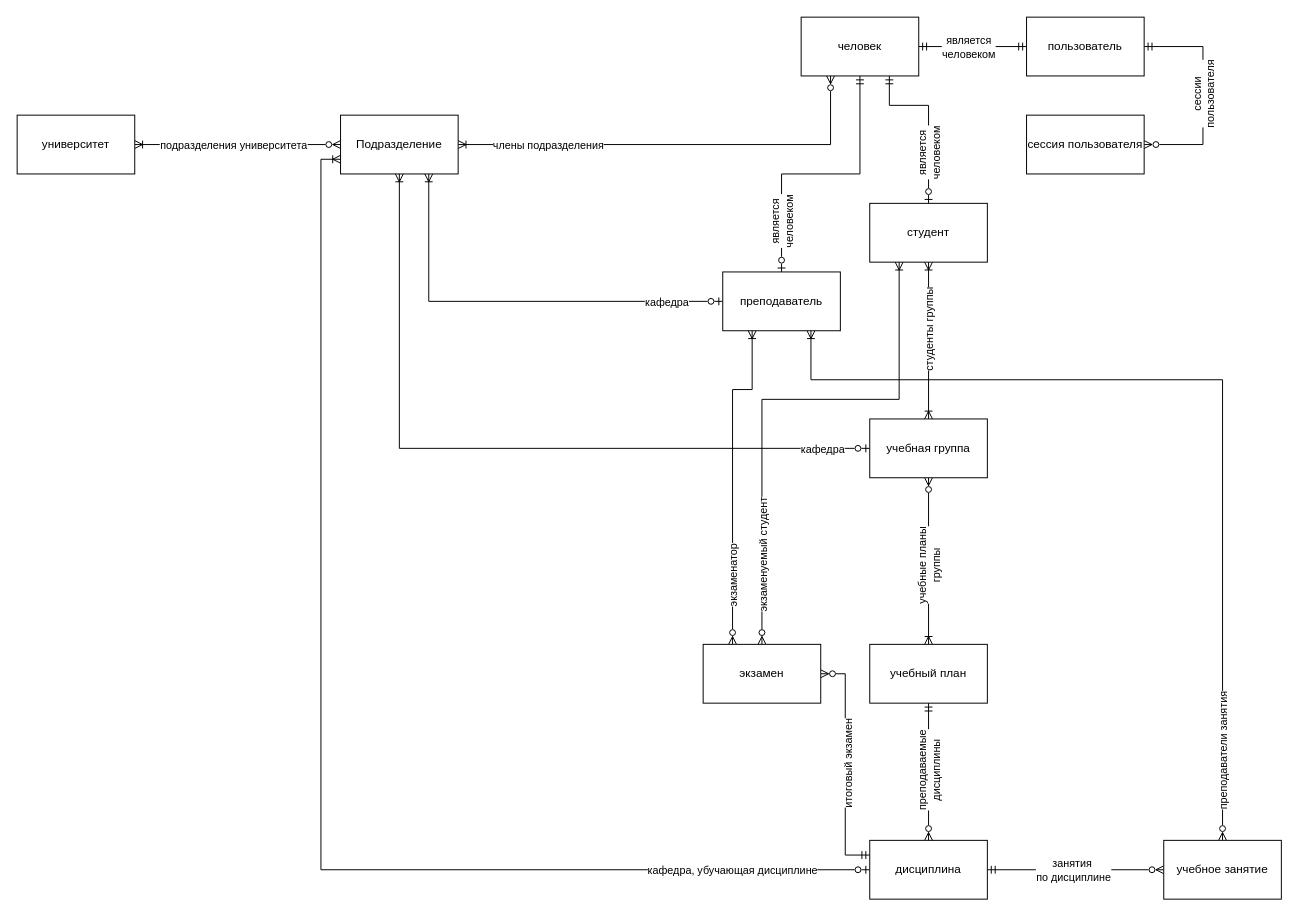
This is entity_diagram.drawio from Danilka108/neti_informational_system, a draw.io file, before an edit. Source tidied: cells renumbered, new cells numbered last; positions are measured from the earlier drawing's top-left corner, leaving out a move shared by most shapes. Both pictures are drawn from the tidied source at 98%, with x=0, y=0 at pixel (17, 17).
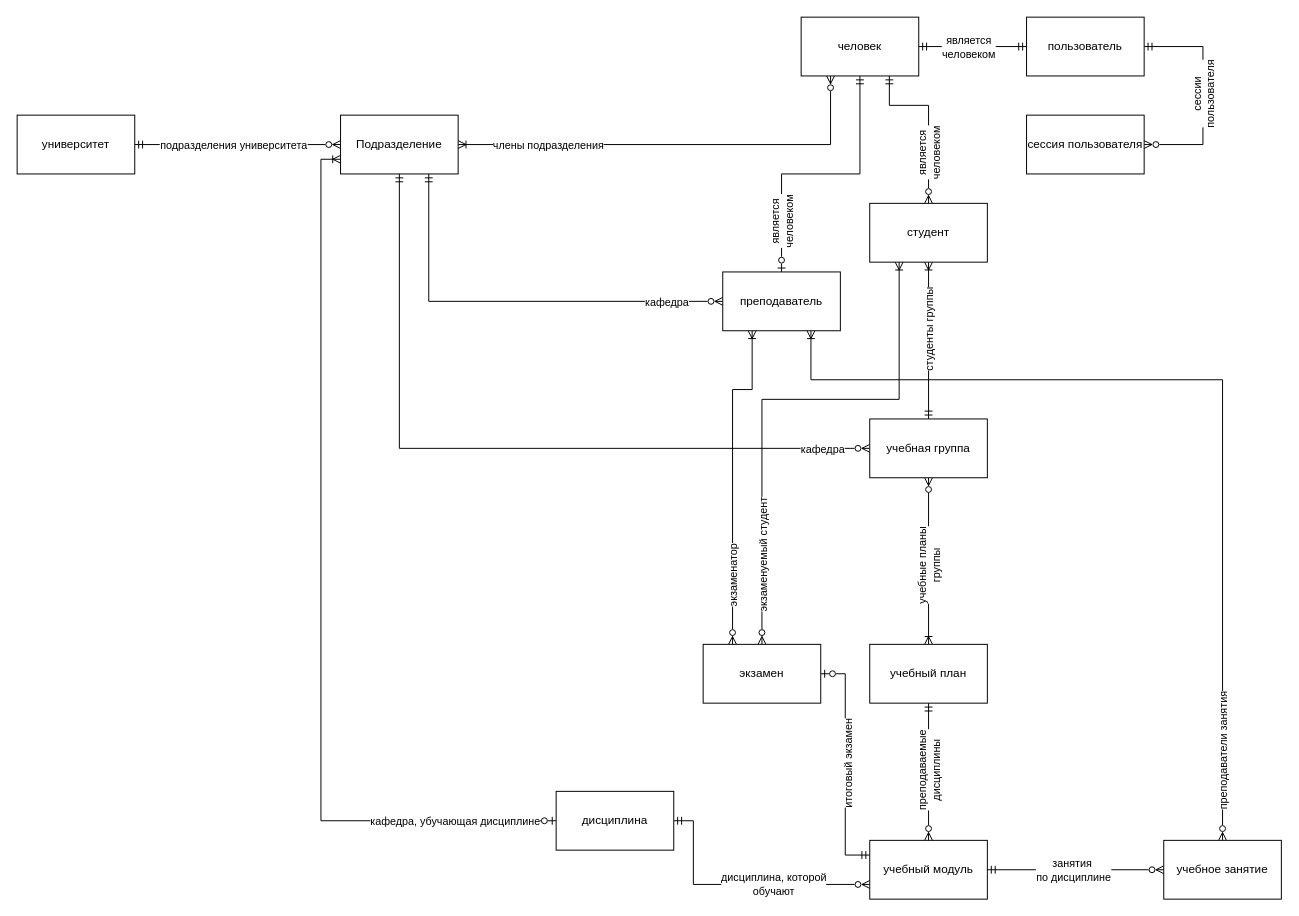
Above is the later version.

Commit message (it also covers changes not shown here):
add logic diagram, add populate_db sql script

Unchanged cells that the change refers to:
```xml
<mxCell id="4" value="человек" style="rounded=0;whiteSpace=wrap;html=1;" parent="1" vertex="1">
  <mxGeometry x="800" width="120" height="60" as="geometry" />
</mxCell>
<mxCell id="9" value="Подразделение" style="rounded=0;whiteSpace=wrap;html=1;" parent="1" vertex="1">
  <mxGeometry x="330" y="100" width="120" height="60" as="geometry" />
</mxCell>
<mxCell id="10" value="университет" style="rounded=0;whiteSpace=wrap;html=1;" parent="1" vertex="1">
  <mxGeometry y="100" width="120" height="60" as="geometry" />
</mxCell>
<mxCell id="15" value="преподаватель" style="rounded=0;whiteSpace=wrap;html=1;" parent="1" vertex="1">
  <mxGeometry x="720" y="260" width="120" height="60" as="geometry" />
</mxCell>
<mxCell id="20" value="студент" style="rounded=0;whiteSpace=wrap;html=1;" parent="1" vertex="1">
  <mxGeometry x="870" y="190" width="120" height="60" as="geometry" />
</mxCell>
<mxCell id="25" value="учебная группа" style="rounded=0;whiteSpace=wrap;html=1;" parent="1" vertex="1">
  <mxGeometry x="870" y="410" width="120" height="60" as="geometry" />
</mxCell>
<mxCell id="43" value="&lt;div&gt;экзамен&lt;/div&gt;" style="rounded=0;whiteSpace=wrap;html=1;" parent="1" vertex="1">
  <mxGeometry x="700" y="640" width="120" height="60" as="geometry" />
</mxCell>
```

Change to the diagram source:
```diff
@@
-    <mxCell id="5" style="edgeStyle=orthogonalEdgeStyle;rounded=0;jettySize=auto;html=1;entryX=1;entryY=0.5;entryDx=0;entryDy=0;endArrow=ERoneToMany;endFill=0;startArrow=ERzeroToMany;startFill=0;" parent="1" edge="1" source="9" target="10">
+    <mxCell id="5" style="edgeStyle=orthogonalEdgeStyle;rounded=0;jettySize=auto;html=1;entryX=1;entryY=0.5;entryDx=0;entryDy=0;endArrow=ERmandOne;endFill=0;startArrow=ERzeroToMany;startFill=0;" parent="1" edge="1" source="9" target="10">
       <mxGeometry relative="1" as="geometry" />
     </mxCell>
@@
-    <mxCell id="13" style="edgeStyle=orthogonalEdgeStyle;rounded=0;jettySize=auto;html=1;entryX=0.75;entryY=1;entryDx=0;entryDy=0;endArrow=ERoneToMany;endFill=0;startArrow=ERzeroToOne;startFill=0;" parent="1" edge="1" source="15" target="9">
+    <mxCell id="13" style="edgeStyle=orthogonalEdgeStyle;rounded=0;jettySize=auto;html=1;entryX=0.75;entryY=1;entryDx=0;entryDy=0;endArrow=ERmandOne;endFill=0;startArrow=ERzeroToMany;startFill=0;" parent="1" edge="1" source="15" target="9">
       <mxGeometry relative="1" as="geometry">
         <Array as="points">
           <mxPoint x="420" y="290" />
         </Array>
       </mxGeometry>
     </mxCell>
@@
-    <mxCell id="16" style="edgeStyle=orthogonalEdgeStyle;rounded=0;jettySize=auto;html=1;entryX=0.75;entryY=1;entryDx=0;entryDy=0;endArrow=ERmandOne;endFill=0;startArrow=ERzeroToOne;startFill=0;" parent="1" edge="1" source="20" target="4">
+    <mxCell id="16" style="edgeStyle=orthogonalEdgeStyle;rounded=0;jettySize=auto;html=1;entryX=0.75;entryY=1;entryDx=0;entryDy=0;endArrow=ERmandOne;endFill=0;startArrow=ERzeroToMany;startFill=0;" parent="1" edge="1" source="20" target="4">
       <mxGeometry relative="1" as="geometry">
         <Array as="points">
           <mxPoint x="930" y="90" />
           <mxPoint x="890" y="90" />
         </Array>
       </mxGeometry>
     </mxCell>
@@
-    <mxCell id="18" style="edgeStyle=orthogonalEdgeStyle;rounded=0;jettySize=auto;html=1;entryX=0.5;entryY=0;entryDx=0;entryDy=0;endArrow=ERoneToMany;endFill=0;startArrow=ERoneToMany;startFill=0;" parent="1" edge="1" source="20" target="25">
+    <mxCell id="18" style="edgeStyle=orthogonalEdgeStyle;rounded=0;jettySize=auto;html=1;entryX=0.5;entryY=0;entryDx=0;entryDy=0;endArrow=ERmandOne;endFill=0;startArrow=ERoneToMany;startFill=0;" parent="1" edge="1" source="20" target="25">
       <mxGeometry relative="1" as="geometry" />
     </mxCell>
@@
-    <mxCell id="21" style="edgeStyle=orthogonalEdgeStyle;rounded=0;jettySize=auto;html=1;entryX=0.5;entryY=1;entryDx=0;entryDy=0;endArrow=ERoneToMany;endFill=0;startArrow=ERzeroToOne;startFill=0;exitX=0;exitY=0.5;exitDx=0;exitDy=0;" parent="1" edge="1" source="25" target="9">
+    <mxCell id="21" style="edgeStyle=orthogonalEdgeStyle;rounded=0;jettySize=auto;html=1;entryX=0.5;entryY=1;entryDx=0;entryDy=0;endArrow=ERmandOne;endFill=0;startArrow=ERzeroToMany;startFill=0;exitX=0;exitY=0.5;exitDx=0;exitDy=0;" parent="1" edge="1" source="25" target="9">
       <mxGeometry relative="1" as="geometry" />
     </mxCell>
@@
-    <mxCell id="27" style="edgeStyle=orthogonalEdgeStyle;rounded=0;jettySize=auto;html=1;entryX=0;entryY=0.75;entryDx=0;entryDy=0;endArrow=ERoneToMany;endFill=0;startArrow=ERzeroToOne;startFill=0;exitX=0;exitY=0.5;exitDx=0;exitDy=0;" parent="1" edge="1" source="29" target="9">
+    <mxCell id="27" style="edgeStyle=orthogonalEdgeStyle;rounded=0;jettySize=auto;html=1;entryX=0;entryY=0.75;entryDx=0;entryDy=0;endArrow=ERoneToMany;endFill=0;startArrow=ERzeroToOne;startFill=0;" parent="1" edge="1" source="50" target="9">
       <mxGeometry relative="1" as="geometry" />
     </mxCell>
@@
+    <mxCell id="48" style="edgeStyle=orthogonalEdgeStyle;rounded=0;jettySize=auto;html=1;exitX=0;exitY=0.75;exitDx=0;exitDy=0;entryX=1;entryY=0.5;entryDx=0;entryDy=0;endArrow=ERmandOne;endFill=0;startArrow=ERzeroToMany;startFill=0;" parent="1" edge="1" source="29" target="50">
+      <mxGeometry relative="1" as="geometry">
+        <Array as="points">
+          <mxPoint x="690" y="885" />
+          <mxPoint x="690" y="820" />
+        </Array>
+      </mxGeometry>
+    </mxCell>
+    <mxCell id="49" value="дисциплина, которой&lt;br&gt;обучают" style="edgeLabel;html=1;align=center;verticalAlign=middle;" parent="48" vertex="1">
+      <mxGeometry x="-0.04" y="-1" relative="1" as="geometry">
+        <mxPoint x="28" as="offset" />
+      </mxGeometry>
+    </mxCell>
-    <mxCell id="29" value="дисциплина" style="rounded=0;whiteSpace=wrap;html=1;" parent="1" vertex="1">
+    <mxCell id="29" value="учебный модуль" style="rounded=0;whiteSpace=wrap;html=1;" parent="1" vertex="1">
       <mxGeometry x="870" y="840" width="120" height="60" as="geometry" />
     </mxCell>
@@
-    <mxCell id="37" style="edgeStyle=orthogonalEdgeStyle;rounded=0;jettySize=auto;html=1;entryX=0;entryY=0.25;entryDx=0;entryDy=0;endArrow=ERmandOne;endFill=0;startArrow=ERzeroToMany;startFill=0;" parent="1" edge="1" source="43" target="29">
+    <mxCell id="37" style="edgeStyle=orthogonalEdgeStyle;rounded=0;jettySize=auto;html=1;entryX=0;entryY=0.25;entryDx=0;entryDy=0;endArrow=ERmandOne;endFill=0;startArrow=ERzeroToOne;startFill=0;" parent="1" edge="1" source="43" target="29">
       <mxGeometry relative="1" as="geometry" />
     </mxCell>
@@
+    <mxCell id="50" value="дисциплина" style="whiteSpace=wrap;html=1;" parent="1" vertex="1">
+      <mxGeometry x="550" y="790" width="120" height="60" as="geometry" />
+    </mxCell>
```
